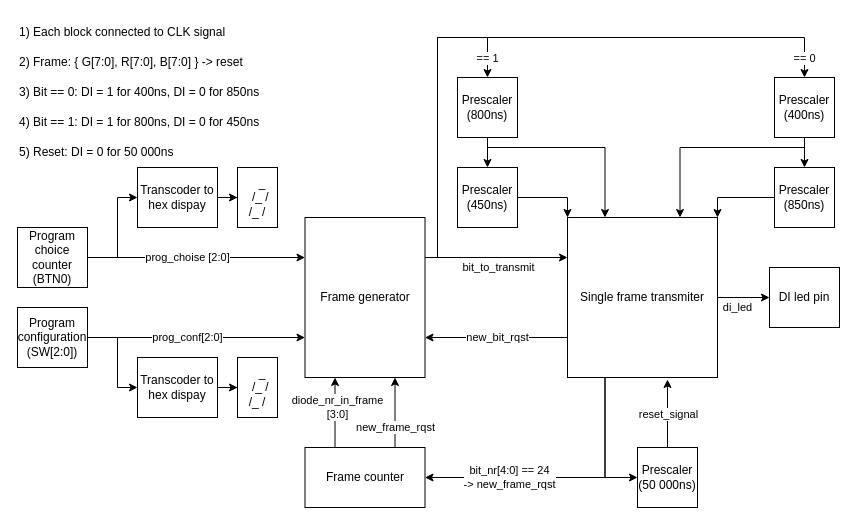
This is LedSnake.drawio from r-smalec/LedSnake, a draw.io file, before an edit. Source tidied: cells renumbered, new cells numbered last; positions are measured from the earlier drawing's top-left corner, leaving out a move shared by most shapes. Both pictures are drawn from the tidied source at 100%, with x=0, y=0 at pixel (17, 17).
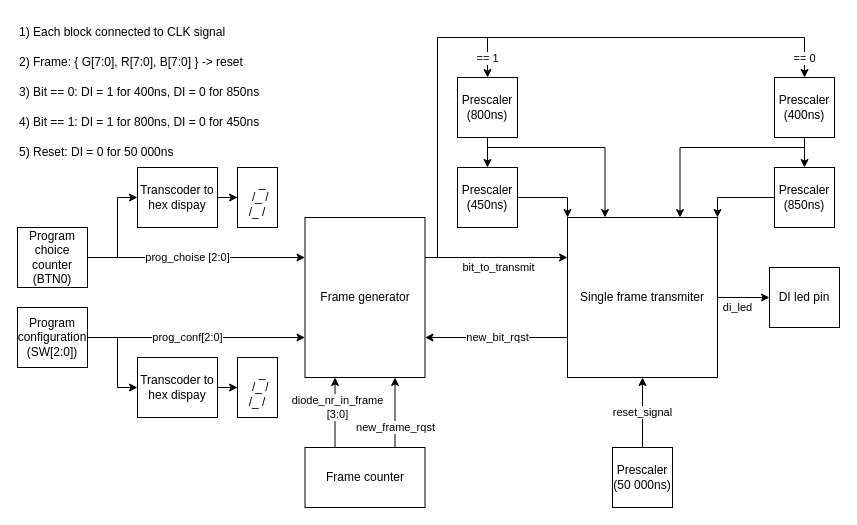
The same page after the edit.

Unchanged cells that the change refers to:
```xml
<mxCell id="22" value="Single frame transmiter" style="rounded=0;whiteSpace=wrap;html=1;" parent="1" vertex="1">
  <mxGeometry x="550" y="200" width="150" height="160" as="geometry" />
</mxCell>
<mxCell id="25" value="Frame counter" style="rounded=0;whiteSpace=wrap;html=1;" parent="1" vertex="1">
  <mxGeometry x="287.5" y="430" width="120" height="60" as="geometry" />
</mxCell>
```

The edit, as a diff of the source:
```diff
@@
-    <mxCell id="19" value="bit_nr[4:0] == 24&lt;br&gt;-&amp;gt; new_frame_rqst" style="edgeStyle=orthogonalEdgeStyle;rounded=0;jettySize=auto;html=1;exitX=0.25;exitY=1;exitDx=0;exitDy=0;entryX=1;entryY=0.5;entryDx=0;entryDy=0;" parent="1" edge="1" source="22" target="25">
-      <mxGeometry x="0.4" relative="1" as="geometry" />
-    </mxCell>
-    <mxCell id="20" style="edgeStyle=orthogonalEdgeStyle;rounded=0;jettySize=auto;html=1;exitX=0.25;exitY=1;exitDx=0;exitDy=0;entryX=0;entryY=0.5;entryDx=0;entryDy=0;" parent="1" edge="1" source="22" target="28">
-      <mxGeometry relative="1" as="geometry" />
-    </mxCell>
@@
-    <mxCell id="27" value="reset_signal" style="edgeStyle=orthogonalEdgeStyle;rounded=0;jettySize=auto;html=1;" parent="1" edge="1" source="28">
-      <mxGeometry relative="1" as="geometry">
-        <mxPoint x="650" y="362" as="targetPoint" />
-      </mxGeometry>
+    <mxCell id="27" value="reset_signal" style="edgeStyle=orthogonalEdgeStyle;rounded=0;jettySize=auto;html=1;entryX=0.5;entryY=1;entryDx=0;entryDy=0;" parent="1" edge="1" source="28" target="22">
+      <mxGeometry relative="1" as="geometry" />
     </mxCell>
     <mxCell id="28" value="Prescaler&lt;br&gt;(50 000ns)" style="rounded=0;whiteSpace=wrap;html=1;" parent="1" vertex="1">
-      <mxGeometry x="620" y="430" width="60" height="60" as="geometry" />
+      <mxGeometry x="595" y="430" width="60" height="60" as="geometry" />
     </mxCell>
```
